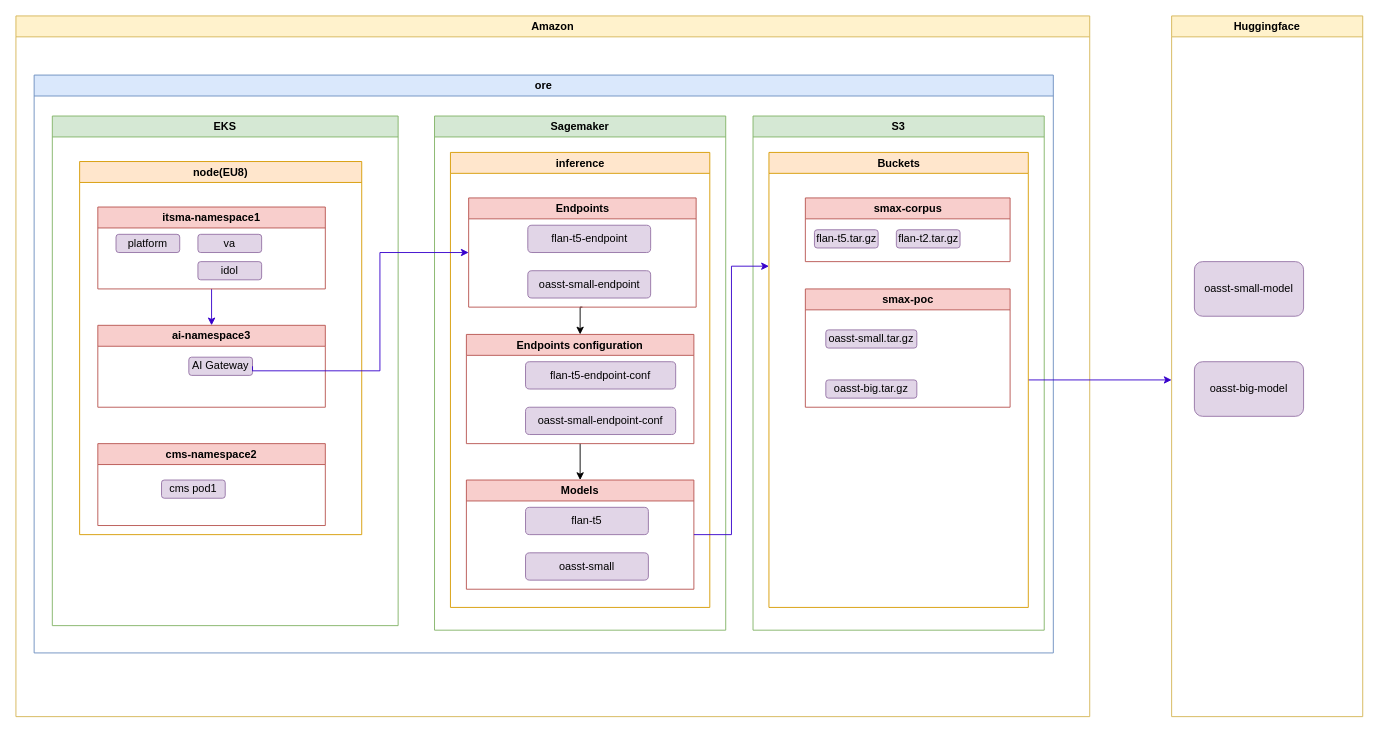
Earlier version of the draw.io diagram LLM/topology.drawio (Ice-YcY/Diagram). Source tidied: cells renumbered, new cells numbered last; positions are measured from the earlier drawing's top-left corner, leaving out a move shared by most shapes. Both pictures are drawn from the tidied source at 91%, with x=0, y=0 at pixel (15, 15).
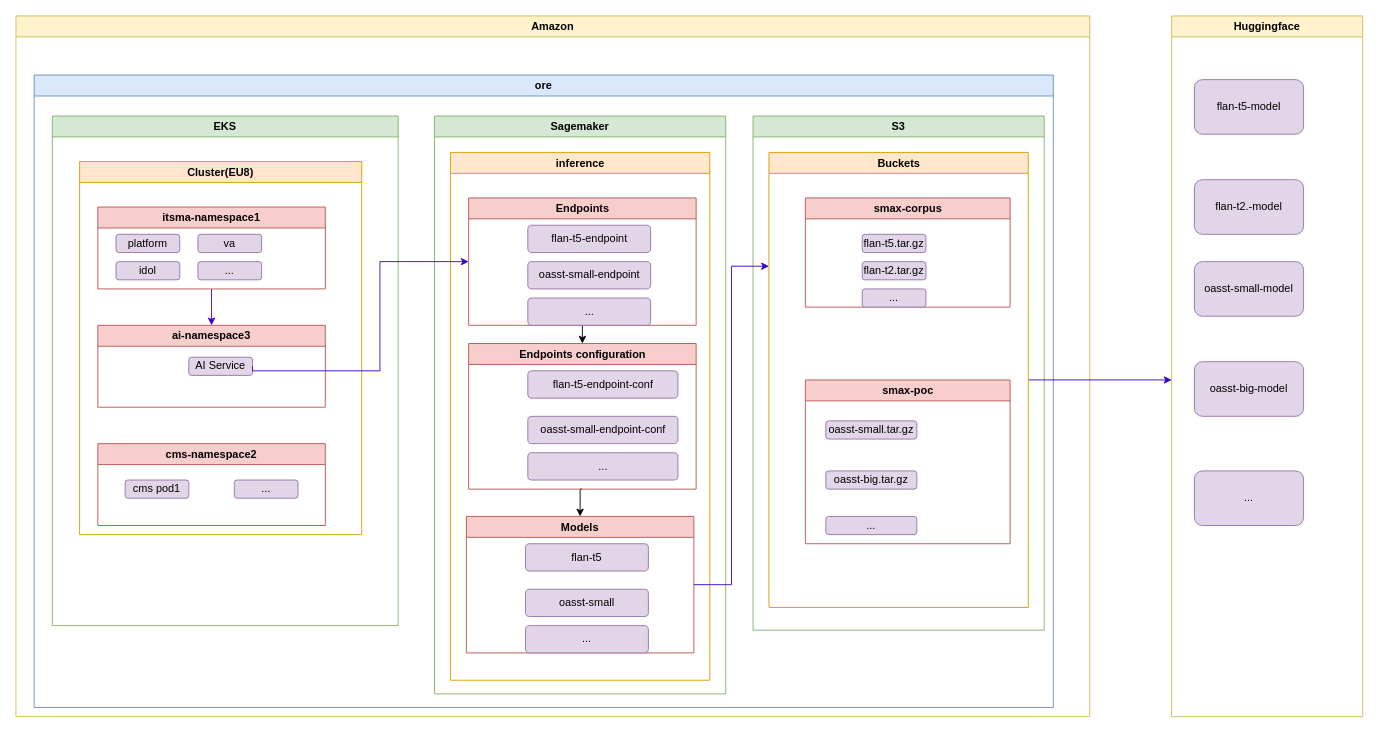
Above is the later version.

Unchanged cells that the change refers to:
```xml
<mxCell id="2" value="Amazon" style="swimlane;whiteSpace=wrap;html=1;fillColor=#fff2cc;strokeColor=#d6b656;" parent="1" vertex="1">
  <mxGeometry width="1180" height="770" as="geometry" />
</mxCell>
<mxCell id="17" value="EKS" style="swimlane;whiteSpace=wrap;html=1;fillColor=#d5e8d4;strokeColor=#82b366;" parent="3" vertex="1">
  <mxGeometry x="20" y="45" width="380" height="560" as="geometry" />
</mxCell>
<mxCell id="20" value="itsma-namespace1" style="swimlane;whiteSpace=wrap;html=1;fillColor=#f8cecc;strokeColor=#b85450;" parent="18" vertex="1">
  <mxGeometry x="20" y="50" width="250" height="90" as="geometry" />
</mxCell>
<mxCell id="24" value="cms-namespace2" style="swimlane;whiteSpace=wrap;html=1;fillColor=#f8cecc;strokeColor=#b85450;" parent="18" vertex="1">
  <mxGeometry x="20" y="310" width="250" height="90" as="geometry" />
</mxCell>
<mxCell id="26" value="ai-namespace3" style="swimlane;whiteSpace=wrap;html=1;startSize=23;fillColor=#f8cecc;strokeColor=#b85450;" parent="18" vertex="1">
  <mxGeometry x="20" y="180" width="250" height="90" as="geometry" />
</mxCell>
<mxCell id="30" value="Buckets" style="swimlane;whiteSpace=wrap;html=1;startSize=23;fillColor=#ffe6cc;strokeColor=#d79b00;" parent="28" vertex="1">
  <mxGeometry x="17.5" y="40" width="285" height="500" as="geometry" />
</mxCell>
<mxCell id="39" value="Huggingface" style="swimlane;whiteSpace=wrap;html=1;fillColor=#fff2cc;strokeColor=#d6b656;startSize=23;" parent="1" vertex="1">
  <mxGeometry x="1270" width="210" height="770" as="geometry" />
</mxCell>
```

The edit, as a diff of the source:
```diff
@@
     <mxCell id="3" value="ore" style="swimlane;whiteSpace=wrap;html=1;fillColor=#dae8fc;strokeColor=#6c8ebf;" parent="2" vertex="1">
-      <mxGeometry x="20" y="65" width="1120" height="635" as="geometry" />
+      <mxGeometry x="20" y="65" width="1120" height="695" as="geometry" />
     </mxCell>
     <mxCell id="4" value="Sagemaker" style="swimlane;whiteSpace=wrap;html=1;fillColor=#d5e8d4;strokeColor=#82b366;" parent="3" vertex="1">
-      <mxGeometry x="440" y="45" width="320" height="565" as="geometry" />
+      <mxGeometry x="440" y="45" width="320" height="635" as="geometry" />
     </mxCell>
     <mxCell id="5" value="inference" style="swimlane;whiteSpace=wrap;html=1;startSize=23;fillColor=#ffe6cc;strokeColor=#d79b00;" parent="4" vertex="1">
-      <mxGeometry x="17.5" y="40" width="285" height="500" as="geometry" />
+      <mxGeometry x="17.5" y="40" width="285" height="580" as="geometry" />
     </mxCell>
@@
     <mxCell id="7" value="Endpoints" style="swimlane;whiteSpace=wrap;html=1;fillColor=#f8cecc;strokeColor=#b85450;" parent="5" vertex="1">
-      <mxGeometry x="20" y="50" width="250" height="120" as="geometry" />
+      <mxGeometry x="20" y="50" width="250" height="140" as="geometry" />
     </mxCell>
@@
     <mxCell id="9" value="oasst-small-endpoint" style="rounded=1;whiteSpace=wrap;html=1;fillColor=#e1d5e7;strokeColor=#9673a6;" parent="7" vertex="1">
-      <mxGeometry x="65" y="80" width="135" height="30" as="geometry" />
+      <mxGeometry x="65" y="70" width="135" height="30" as="geometry" />
     </mxCell>
+    <mxCell id="42" value="..." style="rounded=1;whiteSpace=wrap;html=1;fillColor=#e1d5e7;strokeColor=#9673a6;" parent="7" vertex="1">
+      <mxGeometry x="65" y="110" width="135" height="30" as="geometry" />
+    </mxCell>
@@
     <mxCell id="11" value="Endpoints configuration" style="swimlane;whiteSpace=wrap;html=1;fillColor=#f8cecc;strokeColor=#b85450;" parent="5" vertex="1">
-      <mxGeometry x="17.5" y="200" width="250" height="120" as="geometry" />
+      <mxGeometry x="20" y="210" width="250" height="160" as="geometry" />
     </mxCell>
@@
+    <mxCell id="43" value="..." style="rounded=1;whiteSpace=wrap;html=1;fillColor=#e1d5e7;strokeColor=#9673a6;" parent="11" vertex="1">
+      <mxGeometry x="65" y="120" width="165" height="30" as="geometry" />
+    </mxCell>
     <mxCell id="14" value="Models" style="swimlane;whiteSpace=wrap;html=1;fillColor=#f8cecc;strokeColor=#b85450;" parent="5" vertex="1">
-      <mxGeometry x="17.5" y="360" width="250" height="120" as="geometry" />
+      <mxGeometry x="17.5" y="400" width="250" height="150" as="geometry" />
     </mxCell>
@@
+    <mxCell id="44" value="..." style="rounded=1;whiteSpace=wrap;html=1;fillColor=#e1d5e7;strokeColor=#9673a6;" parent="14" vertex="1">
+      <mxGeometry x="65" y="120" width="135" height="30" as="geometry" />
+    </mxCell>
@@
-    <mxCell id="18" value="node(EU8)" style="swimlane;whiteSpace=wrap;html=1;fillColor=#ffe6cc;strokeColor=#d79b00;" parent="17" vertex="1">
+    <mxCell id="18" value="Cluster(EU8)" style="swimlane;whiteSpace=wrap;html=1;fillColor=#ffe6cc;strokeColor=#d79b00;" parent="17" vertex="1">
       <mxGeometry x="30" y="50" width="310" height="410" as="geometry" />
     </mxCell>
@@
     <mxCell id="23" value="idol" style="rounded=1;whiteSpace=wrap;html=1;fillColor=#e1d5e7;strokeColor=#9673a6;" parent="20" vertex="1">
-      <mxGeometry x="110" y="60" width="70" height="20" as="geometry" />
+      <mxGeometry x="20" y="60" width="70" height="20" as="geometry" />
     </mxCell>
+    <mxCell id="45" value="..." style="rounded=1;whiteSpace=wrap;html=1;fillColor=#e1d5e7;strokeColor=#9673a6;" parent="20" vertex="1">
+      <mxGeometry x="110" y="60" width="70" height="20" as="geometry" />
+    </mxCell>
@@
     <mxCell id="25" value="cms pod1" style="rounded=1;whiteSpace=wrap;html=1;fillColor=#e1d5e7;strokeColor=#9673a6;" parent="24" vertex="1">
-      <mxGeometry x="70" y="40" width="70" height="20" as="geometry" />
+      <mxGeometry x="30" y="40" width="70" height="20" as="geometry" />
     </mxCell>
+    <mxCell id="46" value="..." style="rounded=1;whiteSpace=wrap;html=1;fillColor=#e1d5e7;strokeColor=#9673a6;" parent="24" vertex="1">
+      <mxGeometry x="150" y="40" width="70" height="20" as="geometry" />
+    </mxCell>
@@
-    <mxCell id="27" value="AI Gateway" style="rounded=1;whiteSpace=wrap;html=1;fillColor=#e1d5e7;strokeColor=#9673a6;" parent="26" vertex="1">
+    <mxCell id="27" value="AI Service" style="rounded=1;whiteSpace=wrap;html=1;fillColor=#e1d5e7;strokeColor=#9673a6;" parent="26" vertex="1">
       <mxGeometry x="100" y="35" width="70" height="20" as="geometry" />
     </mxCell>
@@
     <mxCell id="31" value="smax-corpus" style="swimlane;whiteSpace=wrap;html=1;fillColor=#f8cecc;strokeColor=#b85450;" parent="30" vertex="1">
-      <mxGeometry x="40" y="50" width="225" height="70" as="geometry" />
+      <mxGeometry x="40" y="50" width="225" height="120" as="geometry" />
     </mxCell>
     <mxCell id="32" value="flan-t5.tar.gz" style="rounded=1;whiteSpace=wrap;html=1;fillColor=#e1d5e7;strokeColor=#9673a6;" parent="31" vertex="1">
-      <mxGeometry x="10" y="35" width="70" height="20" as="geometry" />
+      <mxGeometry x="62.5" y="40" width="70" height="20" as="geometry" />
     </mxCell>
     <mxCell id="33" value="flan-t2.tar.gz" style="rounded=1;whiteSpace=wrap;html=1;fillColor=#e1d5e7;strokeColor=#9673a6;" parent="31" vertex="1">
-      <mxGeometry x="100" y="35" width="70" height="20" as="geometry" />
+      <mxGeometry x="62.5" y="70" width="70" height="20" as="geometry" />
     </mxCell>
+    <mxCell id="47" value="..." style="rounded=1;whiteSpace=wrap;html=1;fillColor=#e1d5e7;strokeColor=#9673a6;" parent="31" vertex="1">
+      <mxGeometry x="62.5" y="100" width="70" height="20" as="geometry" />
+    </mxCell>
     <mxCell id="34" value="smax-poc" style="swimlane;whiteSpace=wrap;html=1;fillColor=#f8cecc;strokeColor=#b85450;" parent="30" vertex="1">
-      <mxGeometry x="40" y="150" width="225" height="130" as="geometry" />
+      <mxGeometry x="40" y="250" width="225" height="180" as="geometry" />
     </mxCell>
@@
+    <mxCell id="48" value="..." style="rounded=1;whiteSpace=wrap;html=1;fillColor=#e1d5e7;strokeColor=#9673a6;" parent="34" vertex="1">
+      <mxGeometry x="22.5" y="150" width="100" height="20" as="geometry" />
+    </mxCell>
     <mxCell id="37" style="edgeStyle=orthogonalEdgeStyle;rounded=0;jettySize=auto;html=1;exitX=1;exitY=0.5;exitDx=0;exitDy=0;entryX=0;entryY=0.5;entryDx=0;entryDy=0;fillColor=#6a00ff;strokeColor=#3700CC;" parent="3" edge="1" source="27" target="7">
       <mxGeometry relative="1" as="geometry">
         <Array as="points">
           <mxPoint x="240" y="325" />
           <mxPoint x="380" y="325" />
-          <mxPoint x="380" y="195" />
+          <mxPoint x="380" y="205" />
         </Array>
       </mxGeometry>
     </mxCell>
@@
+    <mxCell id="49" value="flan-t5-model" style="rounded=1;whiteSpace=wrap;html=1;fillColor=#e1d5e7;strokeColor=#9673a6;" parent="39" vertex="1">
+      <mxGeometry x="25" y="70" width="120" height="60" as="geometry" />
+    </mxCell>
+    <mxCell id="50" value="flan-t2.-model" style="rounded=1;whiteSpace=wrap;html=1;fillColor=#e1d5e7;strokeColor=#9673a6;" parent="39" vertex="1">
+      <mxGeometry x="25" y="180" width="120" height="60" as="geometry" />
+    </mxCell>
+    <mxCell id="51" value="..." style="rounded=1;whiteSpace=wrap;html=1;fillColor=#e1d5e7;strokeColor=#9673a6;" parent="39" vertex="1">
+      <mxGeometry x="25" y="500" width="120" height="60" as="geometry" />
+    </mxCell>
```
